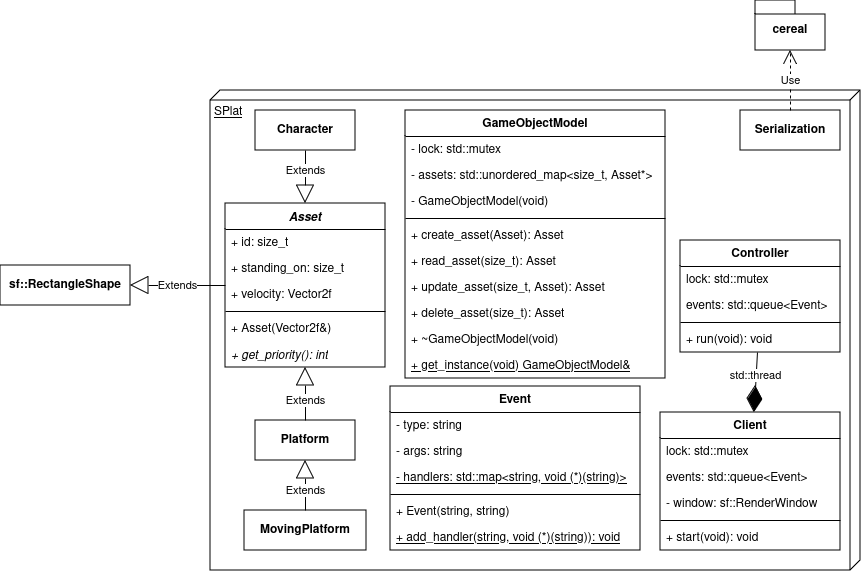
This is uml/splat_i1_initial.png from mwhicks-dev/SPlat, a draw.io export, as it was before one commit. Source tidied: cells renumbered, new cells last; positions are measured from the earlier drawing's top-left corner, leaving out a move shared by most shapes.
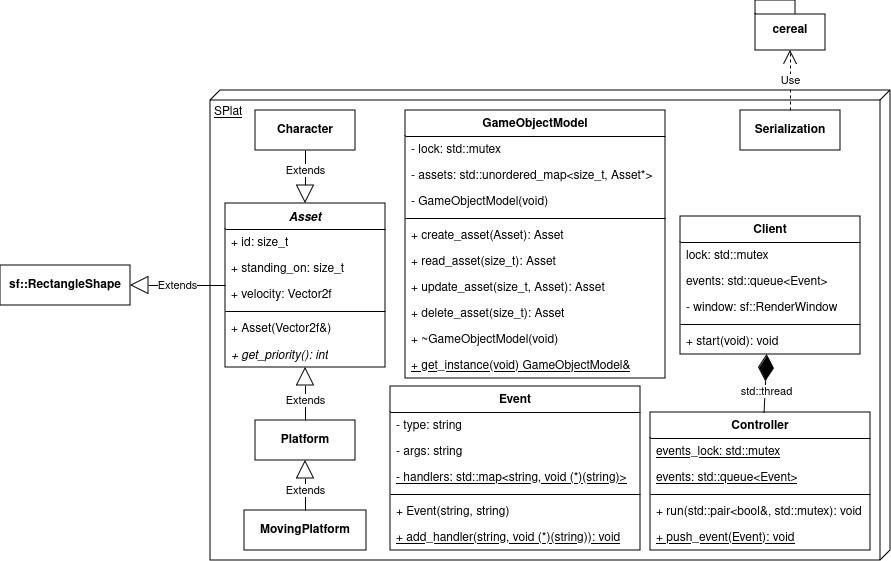
After the change.

Commit message:
updated SPlat client/ctl UML

What changed in the source:
```diff
@@ -3,7 +3,7 @@
     <mxCell id="0" />
     <mxCell id="1" parent="0" />
     <mxCell id="2" value="SPlat" style="verticalAlign=top;align=left;spacingTop=8;spacingLeft=2;spacingRight=12;shape=cube;size=10;direction=south;fontStyle=4;html=1;whiteSpace=wrap;" parent="1" vertex="1">
-      <mxGeometry x="210" y="90" width="650" height="480" as="geometry" />
+      <mxGeometry x="210" y="90" width="680" height="470" as="geometry" />
     </mxCell>
     <mxCell id="3" value="&lt;b&gt;sf::RectangleShape&lt;/b&gt;" style="rounded=0;whiteSpace=wrap;html=1;" parent="1" vertex="1">
       <mxGeometry y="265" width="130" height="40" as="geometry" />
@@ -84,7 +84,7 @@
       <mxGeometry y="242" width="260" height="26" as="geometry" />
     </mxCell>
     <mxCell id="29" value="Client" style="swimlane;fontStyle=1;align=center;verticalAlign=top;horizontal=1;startSize=26;whiteSpace=wrap;html=1;" parent="1" vertex="1">
-      <mxGeometry x="660" y="412" width="180" height="138" as="geometry" />
+      <mxGeometry x="680" y="216" width="180" height="138" as="geometry" />
     </mxCell>
     <mxCell id="30" value="lock: std::mutex" style="text;strokeColor=none;fillColor=none;align=left;verticalAlign=top;spacingLeft=4;spacingRight=4;overflow=hidden;whiteSpace=wrap;html=1;" parent="29" vertex="1">
       <mxGeometry y="26" width="180" height="26" as="geometry" />
@@ -102,20 +102,23 @@
       <mxGeometry y="112" width="180" height="26" as="geometry" />
     </mxCell>
     <mxCell id="35" value="Controller" style="swimlane;fontStyle=1;align=center;verticalAlign=top;horizontal=1;startSize=26;whiteSpace=wrap;html=1;" parent="1" vertex="1">
-      <mxGeometry x="680" y="240" width="160" height="112" as="geometry" />
+      <mxGeometry x="650" y="412" width="220" height="138" as="geometry" />
     </mxCell>
-    <mxCell id="36" value="lock: std::mutex" style="text;strokeColor=none;fillColor=none;align=left;verticalAlign=top;spacingLeft=4;spacingRight=4;overflow=hidden;whiteSpace=wrap;html=1;" parent="35" vertex="1">
-      <mxGeometry y="26" width="160" height="26" as="geometry" />
+    <mxCell id="36" value="events_lock: std::mutex" style="text;strokeColor=none;fillColor=none;align=left;verticalAlign=top;spacingLeft=4;spacingRight=4;overflow=hidden;whiteSpace=wrap;html=1;fontStyle=4;" parent="35" vertex="1">
+      <mxGeometry y="26" width="220" height="26" as="geometry" />
     </mxCell>
-    <mxCell id="37" value="events: std::queue&amp;lt;Event&amp;gt;" style="text;strokeColor=none;fillColor=none;align=left;verticalAlign=top;spacingLeft=4;spacingRight=4;overflow=hidden;whiteSpace=wrap;html=1;" parent="35" vertex="1">
-      <mxGeometry y="52" width="160" height="26" as="geometry" />
+    <mxCell id="37" value="events: std::queue&amp;lt;Event&amp;gt;" style="text;strokeColor=none;fillColor=none;align=left;verticalAlign=top;spacingLeft=4;spacingRight=4;overflow=hidden;whiteSpace=wrap;html=1;fontStyle=4;" parent="35" vertex="1">
+      <mxGeometry y="52" width="220" height="26" as="geometry" />
     </mxCell>
     <mxCell id="38" style="line;strokeWidth=1;fillColor=none;align=left;verticalAlign=middle;spacingTop=-1;spacingLeft=3;spacingRight=3;labelPosition=right;strokeColor=inherit;" parent="35" vertex="1">
-      <mxGeometry y="78" width="160" height="8" as="geometry" />
+      <mxGeometry y="78" width="220" height="8" as="geometry" />
     </mxCell>
-    <mxCell id="39" value="+ run(void): void" style="text;strokeColor=none;fillColor=none;align=left;verticalAlign=top;spacingLeft=4;spacingRight=4;overflow=hidden;whiteSpace=wrap;html=1;" parent="35" vertex="1">
-      <mxGeometry y="86" width="160" height="26" as="geometry" />
+    <mxCell id="39" value="+ run(std::pair&amp;lt;bool&amp;amp;, std::mutex): void" style="text;strokeColor=none;fillColor=none;align=left;verticalAlign=top;spacingLeft=4;spacingRight=4;overflow=hidden;whiteSpace=wrap;html=1;" parent="35" vertex="1">
+      <mxGeometry y="86" width="220" height="26" as="geometry" />
     </mxCell>
+    <mxCell id="52" value="+ push_event(Event): void" style="text;strokeColor=none;fillColor=none;align=left;verticalAlign=top;spacingLeft=4;spacingRight=4;overflow=hidden;whiteSpace=wrap;html=1;fontStyle=4;" parent="35" vertex="1">
+      <mxGeometry y="112" width="220" height="26" as="geometry" />
+    </mxCell>
     <mxCell id="40" style="endArrow=diamondThin;endFill=1;endSize=24;html=1;rounded=0;" parent="1" edge="1" source="35" target="29">
       <mxGeometry relative="1" as="geometry" />
     </mxCell>
```
